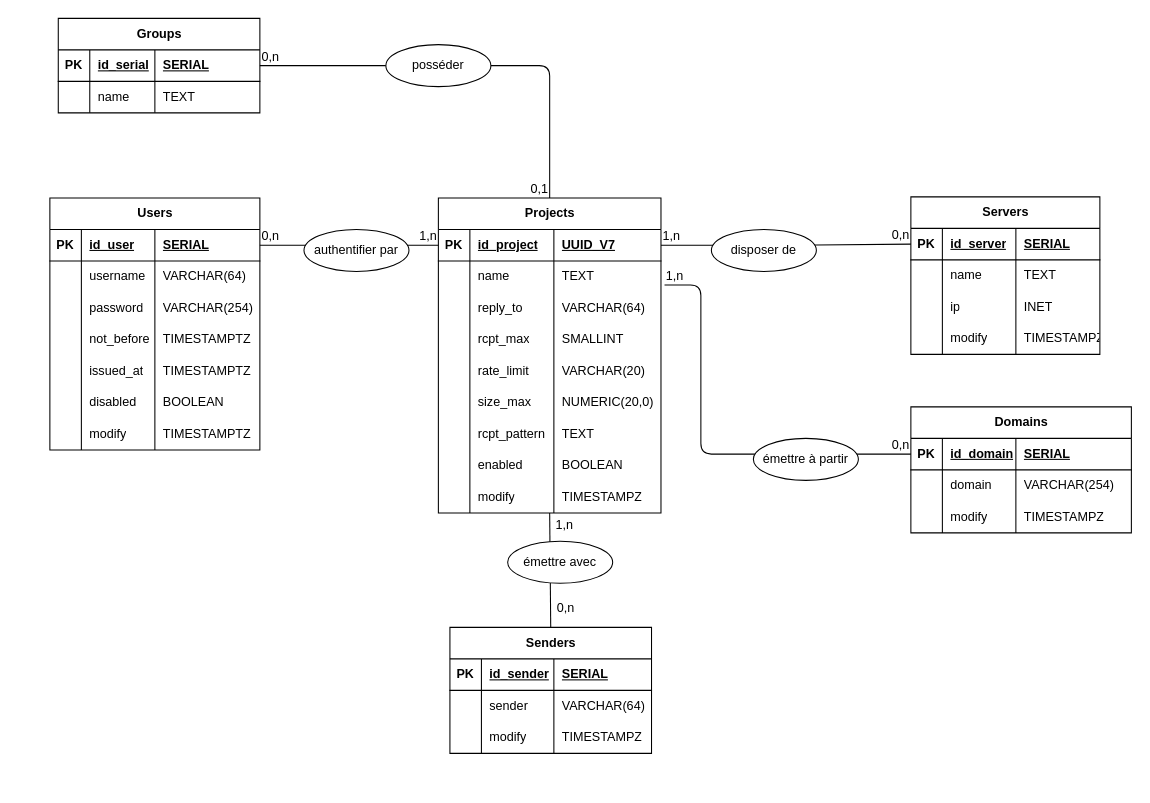
matyas-cyril/appmail-badger keeps this draw.io diagram as Doc/mcd.drawio. Above is the earlier version. Source tidied: cells renumbered, new cells numbered last; positions are measured from the earlier drawing's top-left corner, leaving out a move shared by most shapes. Both pictures are drawn from the tidied source at 105%, with x=0, y=0 at pixel (49, 18).
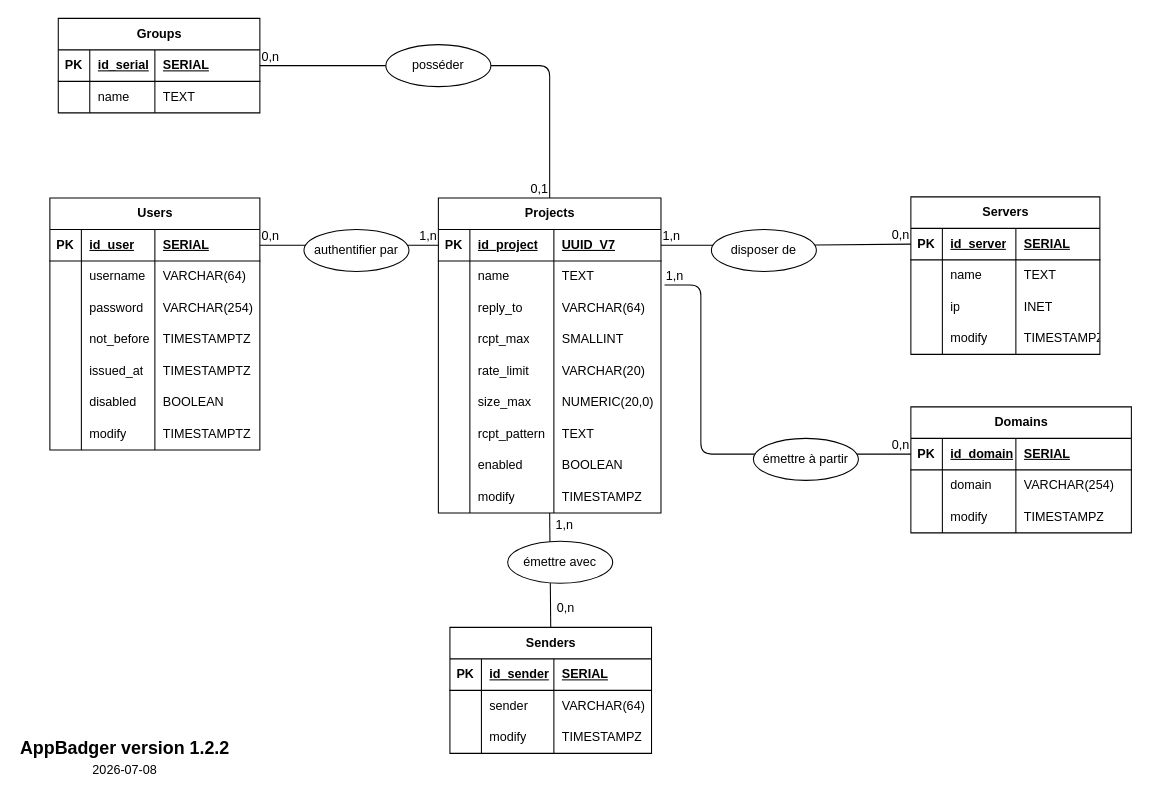
The same diagram, later.

Commit message (it also covers changes not shown here):
Ajout du nom en cartouche

What changed in the source:
```diff
@@
+    <mxCell id="141" value="&lt;div style=&quot;line-height: 80%;&quot;&gt;&lt;div align=&quot;left&quot;&gt;&lt;b&gt;&lt;font style=&quot;font-size: 17px; line-height: 80%;&quot;&gt;AppBadger version 1.2.2&lt;/font&gt;&lt;/b&gt;&lt;/div&gt;&lt;div&gt;&lt;br&gt;&lt;/div&gt;&lt;div align=&quot;center&quot;&gt;2026-07-08&lt;/div&gt;&lt;/div&gt;" style="text;html=1;whiteSpace=wrap;strokeColor=none;fillColor=none;align=left;verticalAlign=middle;rounded=0;" parent="1" vertex="1">
+      <mxGeometry x="-30" y="680" width="210" height="50" as="geometry" />
+    </mxCell>
```
